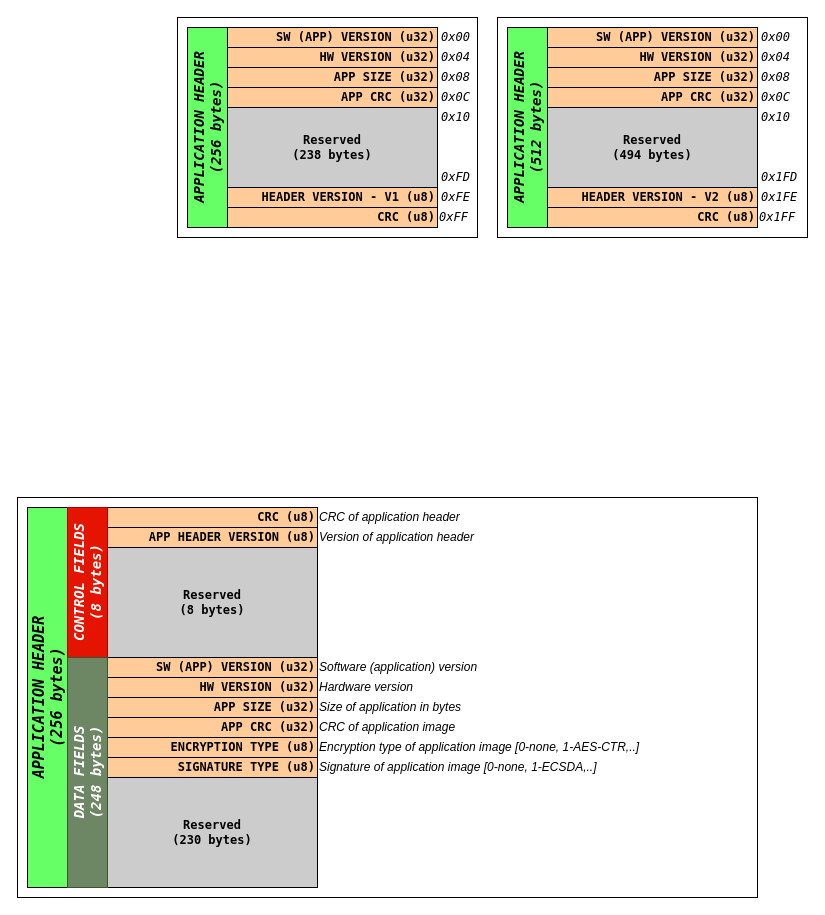
Above: doc/Revision_drawings.drawio in GeneralEmbeddedCLibraries/revision (draw.io), before the change. Source tidied: cells renumbered, new cells numbered last; positions are measured from the earlier drawing's top-left corner, leaving out a move shared by most shapes. Both pictures are drawn from the tidied source at 100%, with x=0, y=0 at pixel (17, 17).
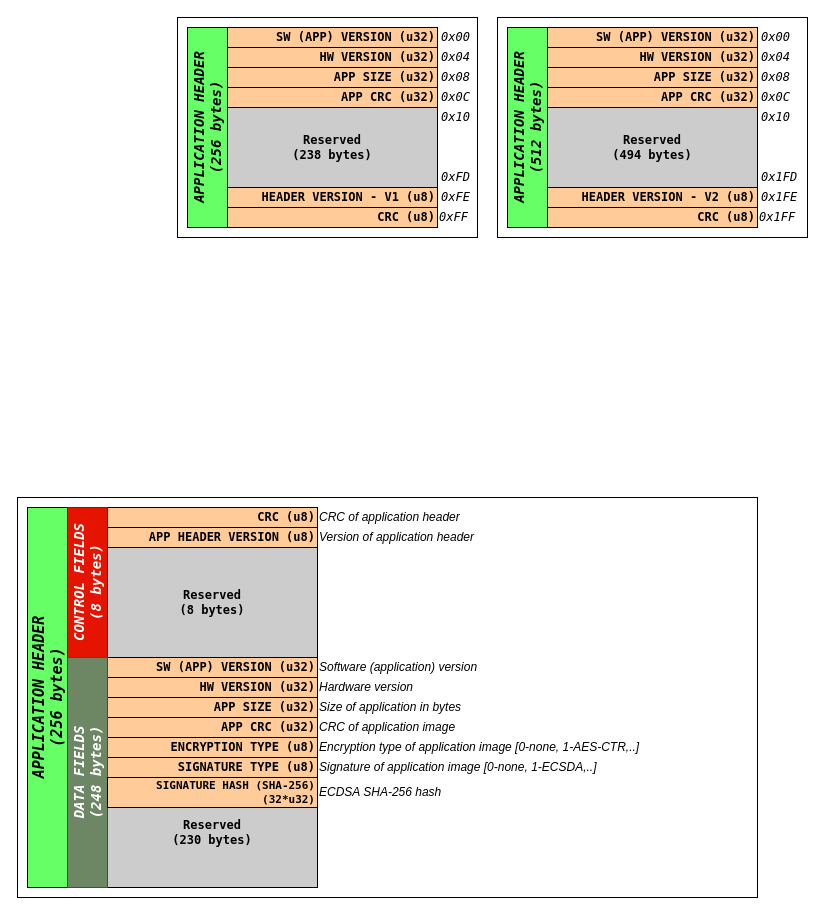
The same diagram, later.

The edit, as a diff of the source:
```diff
@@
+    <mxCell id="58" value="SIGNATURE HASH (SHA-256) (32*u32)" style="rounded=0;whiteSpace=wrap;html=1;strokeWidth=1;fontFamily=Lucida Console;fillColor=#FFCC99;fontStyle=1;align=right;fontSize=11;" parent="1" vertex="1">
+      <mxGeometry x="90" y="760" width="210" height="30" as="geometry" />
+    </mxCell>
+    <mxCell id="59" value="ECDSA SHA-256 hash" style="text;html=1;strokeColor=none;fillColor=none;align=left;verticalAlign=middle;whiteSpace=wrap;rounded=0;fontStyle=2;" parent="1" vertex="1">
+      <mxGeometry x="300" y="765" width="420" height="20" as="geometry" />
+    </mxCell>
```
